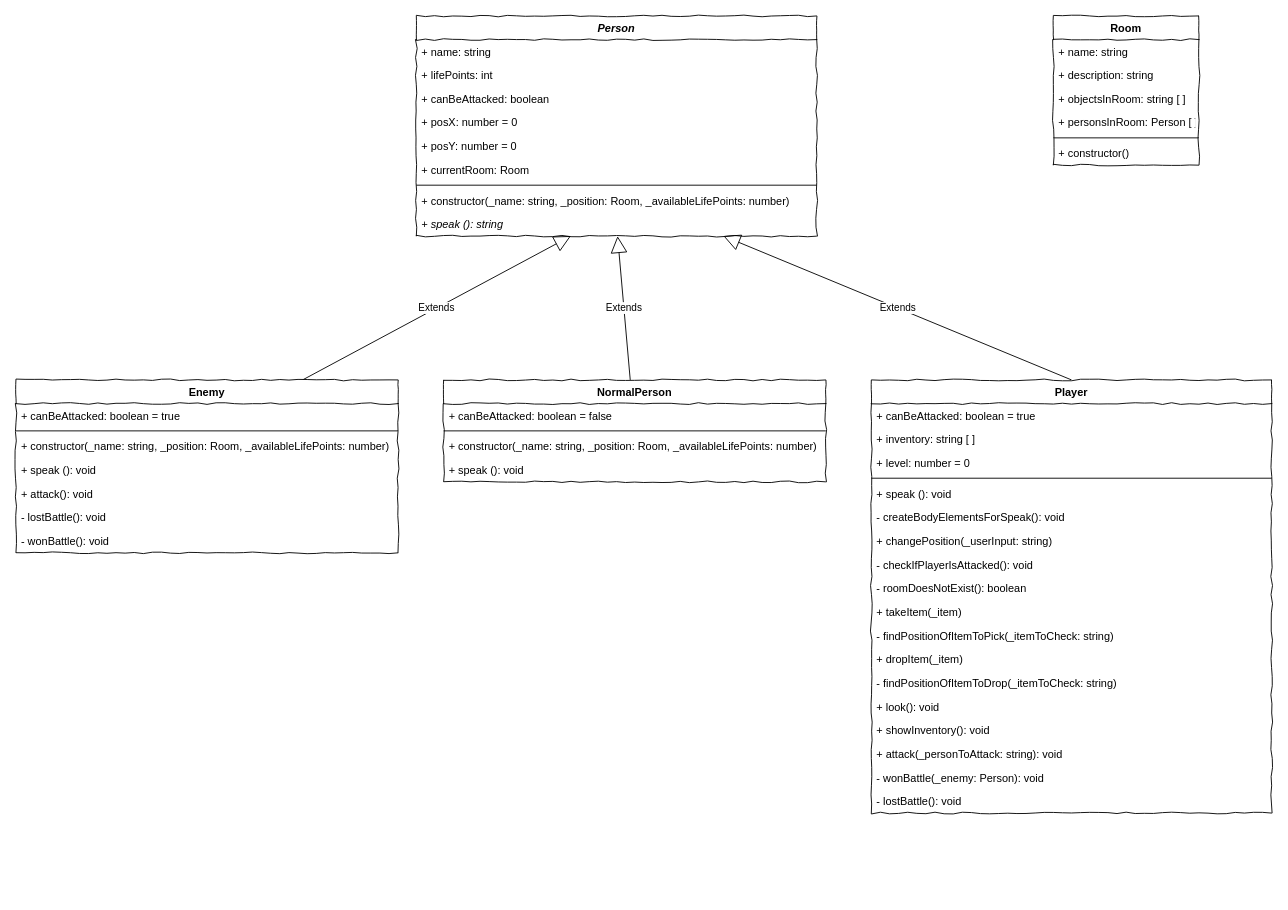
Above: Abschlussarbeit/Konzeption/class_diagramm.drawio in Vivian-Wolf/SoftwaredesignMIB4 (draw.io), before the change. Source tidied: cells renumbered, new cells numbered last; positions are measured from the earlier drawing's top-left corner, leaving out a move shared by most shapes. Both pictures are drawn from the tidied source at 91%, with x=0, y=0 at pixel (15, 15).
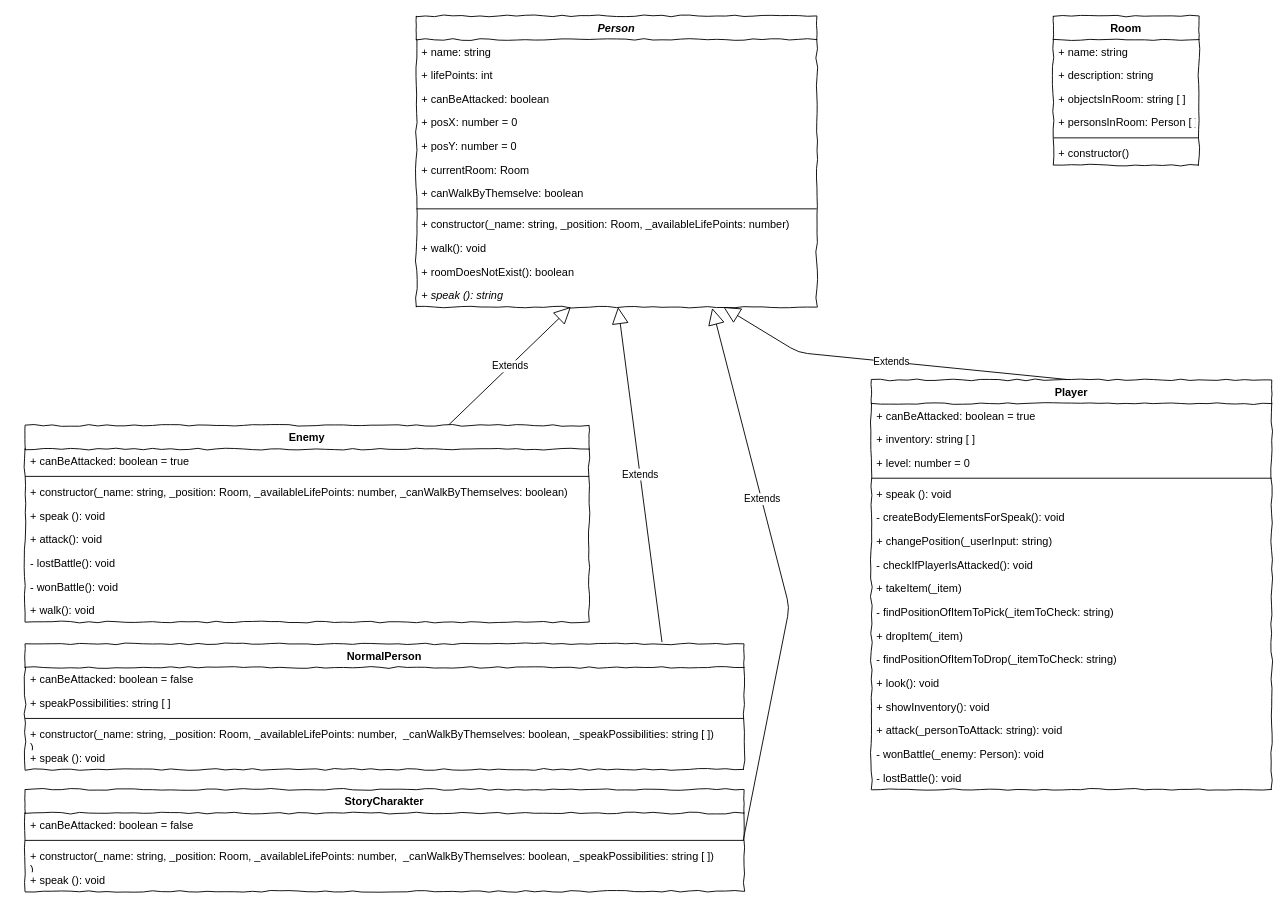
The same page after the edit.

Diff of the diagram source:
```diff
@@
-    <mxCell id="2" value="Extends" style="endArrow=block;endSize=16;endFill=0;html=1;strokeColor=#000000;" parent="1" edge="1" source="22" target="21">
+    <mxCell id="2" value="Extends" style="endArrow=block;endSize=16;endFill=0;html=1;strokeColor=#000000;exitX=0.886;exitY=-0.014;exitDx=0;exitDy=0;exitPerimeter=0;" parent="1" edge="1" source="22" target="21">
       <mxGeometry relative="1" as="geometry" />
     </mxCell>
@@
     <mxCell id="4" value="Extends" style="endArrow=block;endSize=16;endFill=0;html=1;strokeColor=#000000;exitX=0.5;exitY=0;exitDx=0;exitDy=0;entryX=0.767;entryY=0.994;entryDx=0;entryDy=0;entryPerimeter=0;" parent="1" edge="1" source="35" target="21">
-      <mxGeometry relative="1" as="geometry" />
+      <mxGeometry relative="1" as="geometry">
+        <Array as="points">
+          <mxPoint x="860" y="370" />
+        </Array>
+      </mxGeometry>
     </mxCell>
@@
     <mxCell id="12" value="Person" style="swimlane;fontStyle=3;align=center;verticalAlign=top;horizontal=1;startSize=26;rounded=0;shadow=0;comic=1;strokeWidth=1;" parent="1" vertex="1">
-      <mxGeometry x="440" width="440" height="242" as="geometry" />
+      <mxGeometry x="440" width="440" height="320" as="geometry" />
     </mxCell>
@@
+    <mxCell id="54" value="+ canWalkByThemselve: boolean" style="text;strokeColor=none;fillColor=none;align=left;verticalAlign=top;spacingLeft=4;spacingRight=4;overflow=hidden;" parent="12" vertex="1">
+      <mxGeometry y="182" width="440" height="26" as="geometry" />
+    </mxCell>
     <mxCell id="19" style="line;strokeWidth=1;fillColor=none;align=left;verticalAlign=middle;spacingTop=-1;spacingLeft=3;spacingRight=3;labelPosition=right;" parent="12" vertex="1">
-      <mxGeometry y="182" width="440" height="8" as="geometry" />
+      <mxGeometry y="208" width="440" height="8" as="geometry" />
     </mxCell>
     <mxCell id="20" value="+ constructor(_name: string, _position: Room, _availableLifePoints: number)" style="text;strokeColor=none;fillColor=none;align=left;verticalAlign=top;spacingLeft=4;spacingRight=4;overflow=hidden;fontStyle=0;" parent="12" vertex="1">
-      <mxGeometry y="190" width="440" height="26" as="geometry" />
+      <mxGeometry y="216" width="440" height="26" as="geometry" />
     </mxCell>
+    <mxCell id="55" value="+ walk(): void" style="text;strokeColor=none;fillColor=none;align=left;verticalAlign=top;spacingLeft=4;spacingRight=4;overflow=hidden;fontStyle=0;" parent="12" vertex="1">
+      <mxGeometry y="242" width="440" height="26" as="geometry" />
+    </mxCell>
+    <mxCell id="56" value="+ roomDoesNotExist(): boolean" style="text;strokeColor=none;fillColor=none;align=left;verticalAlign=top;spacingLeft=4;spacingRight=4;overflow=hidden;fontStyle=0;" parent="12" vertex="1">
+      <mxGeometry y="268" width="440" height="26" as="geometry" />
+    </mxCell>
     <mxCell id="21" value="+ speak (): string" style="text;strokeColor=none;fillColor=none;align=left;verticalAlign=top;spacingLeft=4;spacingRight=4;overflow=hidden;points=[[0,0.5],[1,0.5]];portConstraint=eastwest;fontStyle=2;" parent="12" vertex="1">
-      <mxGeometry y="216" width="440" height="26" as="geometry" />
+      <mxGeometry y="294" width="440" height="26" as="geometry" />
     </mxCell>
-    <mxCell id="22" value="NormalPerson" style="swimlane;fontStyle=1;align=center;verticalAlign=top;horizontal=1;startSize=26;rounded=0;shadow=0;comic=1;strokeWidth=1;" parent="1" vertex="1">
-      <mxGeometry x="470" y="400" width="420" height="112" as="geometry" />
-    </mxCell>
-    <mxCell id="23" value="+ canBeAttacked: boolean = false" style="text;strokeColor=none;fillColor=none;align=left;verticalAlign=top;spacingLeft=4;spacingRight=4;overflow=hidden;" parent="22" vertex="1">
-      <mxGeometry y="26" width="420" height="26" as="geometry" />
-    </mxCell>
-    <mxCell id="24" style="line;strokeWidth=1;fillColor=none;align=left;verticalAlign=middle;spacingTop=-1;spacingLeft=3;spacingRight=3;labelPosition=right;" parent="22" vertex="1">
-      <mxGeometry y="52" width="420" height="8" as="geometry" />
-    </mxCell>
-    <mxCell id="25" value="+ constructor(_name: string, _position: Room, _availableLifePoints: number)" style="text;strokeColor=none;fillColor=none;align=left;verticalAlign=top;spacingLeft=4;spacingRight=4;overflow=hidden;fontStyle=0;" parent="22" vertex="1">
-      <mxGeometry y="60" width="420" height="26" as="geometry" />
-    </mxCell>
-    <mxCell id="26" value="+ speak (): void" style="text;strokeColor=none;fillColor=none;align=left;verticalAlign=top;spacingLeft=4;spacingRight=4;overflow=hidden;fontStyle=0;" parent="22" vertex="1">
-      <mxGeometry y="86" width="420" height="26" as="geometry" />
-    </mxCell>
-    <mxCell id="27" value="Enemy" style="swimlane;fontStyle=1;align=center;verticalAlign=top;horizontal=1;startSize=26;rounded=0;shadow=0;comic=1;strokeWidth=1;" parent="1" vertex="1">
-      <mxGeometry y="400" width="420" height="190" as="geometry" />
-    </mxCell>
-    <mxCell id="28" value="+ canBeAttacked: boolean = true" style="text;strokeColor=none;fillColor=none;align=left;verticalAlign=top;spacingLeft=4;spacingRight=4;overflow=hidden;" parent="27" vertex="1">
-      <mxGeometry y="26" width="420" height="26" as="geometry" />
-    </mxCell>
-    <mxCell id="29" style="line;strokeWidth=1;fillColor=none;align=left;verticalAlign=middle;spacingTop=-1;spacingLeft=3;spacingRight=3;labelPosition=right;" parent="27" vertex="1">
-      <mxGeometry y="52" width="420" height="8" as="geometry" />
-    </mxCell>
-    <mxCell id="30" value="+ constructor(_name: string, _position: Room, _availableLifePoints: number)" style="text;strokeColor=none;fillColor=none;align=left;verticalAlign=top;spacingLeft=4;spacingRight=4;overflow=hidden;fontStyle=0;" parent="27" vertex="1">
-      <mxGeometry y="60" width="420" height="26" as="geometry" />
-    </mxCell>
-    <mxCell id="31" value="+ speak (): void" style="text;strokeColor=none;fillColor=none;align=left;verticalAlign=top;spacingLeft=4;spacingRight=4;overflow=hidden;fontStyle=0;" parent="27" vertex="1">
-      <mxGeometry y="86" width="420" height="26" as="geometry" />
-    </mxCell>
-    <mxCell id="32" value="+ attack(): void" style="text;strokeColor=none;fillColor=none;align=left;verticalAlign=top;spacingLeft=4;spacingRight=4;overflow=hidden;fontStyle=0;" parent="27" vertex="1">
-      <mxGeometry y="112" width="420" height="26" as="geometry" />
-    </mxCell>
-    <mxCell id="33" value="- lostBattle(): void" style="text;strokeColor=none;fillColor=none;align=left;verticalAlign=top;spacingLeft=4;spacingRight=4;overflow=hidden;fontStyle=0;" parent="27" vertex="1">
-      <mxGeometry y="138" width="420" height="26" as="geometry" />
-    </mxCell>
-    <mxCell id="34" value="- wonBattle(): void" style="text;strokeColor=none;fillColor=none;align=left;verticalAlign=top;spacingLeft=4;spacingRight=4;overflow=hidden;fontStyle=0;" parent="27" vertex="1">
-      <mxGeometry y="164" width="420" height="26" as="geometry" />
-    </mxCell>
     <mxCell id="35" value="Player" style="swimlane;fontStyle=1;align=center;verticalAlign=top;horizontal=1;startSize=26;rounded=0;shadow=0;comic=1;strokeWidth=1;" parent="1" vertex="1">
-      <mxGeometry x="940" y="400" width="440" height="476" as="geometry" />
+      <mxGeometry x="940" y="400" width="440" height="450" as="geometry" />
     </mxCell>
@@
-    <mxCell id="44" value="- roomDoesNotExist(): boolean" style="text;strokeColor=none;fillColor=none;align=left;verticalAlign=top;spacingLeft=4;spacingRight=4;overflow=hidden;fontStyle=0;" parent="35" vertex="1">
-      <mxGeometry y="216" width="440" height="26" as="geometry" />
-    </mxCell>
     <mxCell id="45" value="+ takeItem(_item)" style="text;strokeColor=none;fillColor=none;align=left;verticalAlign=top;spacingLeft=4;spacingRight=4;overflow=hidden;fontStyle=0;" parent="35" vertex="1">
-      <mxGeometry y="242" width="440" height="26" as="geometry" />
+      <mxGeometry y="216" width="440" height="26" as="geometry" />
     </mxCell>
     <mxCell id="46" value="- findPositionOfItemToPick(_itemToCheck: string)" style="text;strokeColor=none;fillColor=none;align=left;verticalAlign=top;spacingLeft=4;spacingRight=4;overflow=hidden;fontStyle=0;" parent="35" vertex="1">
-      <mxGeometry y="268" width="440" height="26" as="geometry" />
+      <mxGeometry y="242" width="440" height="26" as="geometry" />
     </mxCell>
     <mxCell id="47" value="+ dropItem(_item)" style="text;strokeColor=none;fillColor=none;align=left;verticalAlign=top;spacingLeft=4;spacingRight=4;overflow=hidden;fontStyle=0;" parent="35" vertex="1">
-      <mxGeometry y="294" width="440" height="26" as="geometry" />
+      <mxGeometry y="268" width="440" height="26" as="geometry" />
     </mxCell>
     <mxCell id="48" value="- findPositionOfItemToDrop(_itemToCheck: string)" style="text;strokeColor=none;fillColor=none;align=left;verticalAlign=top;spacingLeft=4;spacingRight=4;overflow=hidden;fontStyle=0;" parent="35" vertex="1">
-      <mxGeometry y="320" width="440" height="26" as="geometry" />
+      <mxGeometry y="294" width="440" height="26" as="geometry" />
     </mxCell>
     <mxCell id="49" value="+ look(): void" style="text;strokeColor=none;fillColor=none;align=left;verticalAlign=top;spacingLeft=4;spacingRight=4;overflow=hidden;fontStyle=0;" parent="35" vertex="1">
-      <mxGeometry y="346" width="440" height="26" as="geometry" />
+      <mxGeometry y="320" width="440" height="26" as="geometry" />
     </mxCell>
     <mxCell id="50" value="+ showInventory(): void" style="text;strokeColor=none;fillColor=none;align=left;verticalAlign=top;spacingLeft=4;spacingRight=4;overflow=hidden;fontStyle=0;" parent="35" vertex="1">
-      <mxGeometry y="372" width="440" height="26" as="geometry" />
+      <mxGeometry y="346" width="440" height="26" as="geometry" />
     </mxCell>
     <mxCell id="51" value="+ attack(_personToAttack: string): void" style="text;strokeColor=none;fillColor=none;align=left;verticalAlign=top;spacingLeft=4;spacingRight=4;overflow=hidden;fontStyle=0;" parent="35" vertex="1">
-      <mxGeometry y="398" width="440" height="26" as="geometry" />
+      <mxGeometry y="372" width="440" height="26" as="geometry" />
     </mxCell>
     <mxCell id="52" value="- wonBattle(_enemy: Person): void" style="text;strokeColor=none;fillColor=none;align=left;verticalAlign=top;spacingLeft=4;spacingRight=4;overflow=hidden;fontStyle=0;" parent="35" vertex="1">
-      <mxGeometry y="424" width="440" height="26" as="geometry" />
+      <mxGeometry y="398" width="440" height="26" as="geometry" />
     </mxCell>
     <mxCell id="53" value="- lostBattle(): void" style="text;strokeColor=none;fillColor=none;align=left;verticalAlign=top;spacingLeft=4;spacingRight=4;overflow=hidden;fontStyle=0;" parent="35" vertex="1">
-      <mxGeometry y="450" width="440" height="26" as="geometry" />
+      <mxGeometry y="424" width="440" height="26" as="geometry" />
     </mxCell>
+    <mxCell id="27" value="Enemy" style="swimlane;fontStyle=1;align=center;verticalAlign=top;horizontal=1;startSize=26;rounded=0;shadow=0;comic=1;strokeWidth=1;" parent="1" vertex="1">
+      <mxGeometry x="10" y="450" width="620" height="216" as="geometry" />
+    </mxCell>
+    <mxCell id="28" value="+ canBeAttacked: boolean = true" style="text;strokeColor=none;fillColor=none;align=left;verticalAlign=top;spacingLeft=4;spacingRight=4;overflow=hidden;" parent="27" vertex="1">
+      <mxGeometry y="26" width="620" height="26" as="geometry" />
+    </mxCell>
+    <mxCell id="29" style="line;strokeWidth=1;fillColor=none;align=left;verticalAlign=middle;spacingTop=-1;spacingLeft=3;spacingRight=3;labelPosition=right;" parent="27" vertex="1">
+      <mxGeometry y="52" width="620" height="8" as="geometry" />
+    </mxCell>
+    <mxCell id="30" value="+ constructor(_name: string, _position: Room, _availableLifePoints: number, _canWalkByThemselves: boolean)" style="text;strokeColor=none;fillColor=none;align=left;verticalAlign=top;spacingLeft=4;spacingRight=4;overflow=hidden;fontStyle=0;" parent="27" vertex="1">
+      <mxGeometry y="60" width="620" height="26" as="geometry" />
+    </mxCell>
+    <mxCell id="31" value="+ speak (): void" style="text;strokeColor=none;fillColor=none;align=left;verticalAlign=top;spacingLeft=4;spacingRight=4;overflow=hidden;fontStyle=0;" parent="27" vertex="1">
+      <mxGeometry y="86" width="620" height="26" as="geometry" />
+    </mxCell>
+    <mxCell id="32" value="+ attack(): void" style="text;strokeColor=none;fillColor=none;align=left;verticalAlign=top;spacingLeft=4;spacingRight=4;overflow=hidden;fontStyle=0;" parent="27" vertex="1">
+      <mxGeometry y="112" width="620" height="26" as="geometry" />
+    </mxCell>
+    <mxCell id="33" value="- lostBattle(): void" style="text;strokeColor=none;fillColor=none;align=left;verticalAlign=top;spacingLeft=4;spacingRight=4;overflow=hidden;fontStyle=0;" parent="27" vertex="1">
+      <mxGeometry y="138" width="620" height="26" as="geometry" />
+    </mxCell>
+    <mxCell id="34" value="- wonBattle(): void" style="text;strokeColor=none;fillColor=none;align=left;verticalAlign=top;spacingLeft=4;spacingRight=4;overflow=hidden;fontStyle=0;" parent="27" vertex="1">
+      <mxGeometry y="164" width="620" height="26" as="geometry" />
+    </mxCell>
+    <mxCell id="57" value="+ walk(): void" style="text;strokeColor=none;fillColor=none;align=left;verticalAlign=top;spacingLeft=4;spacingRight=4;overflow=hidden;fontStyle=0;" parent="27" vertex="1">
+      <mxGeometry y="190" width="620" height="26" as="geometry" />
+    </mxCell>
+    <mxCell id="22" value="NormalPerson" style="swimlane;fontStyle=1;align=center;verticalAlign=top;horizontal=1;startSize=26;rounded=0;shadow=0;comic=1;strokeWidth=1;" parent="1" vertex="1">
+      <mxGeometry x="10" y="690" width="790" height="138" as="geometry" />
+    </mxCell>
+    <mxCell id="23" value="+ canBeAttacked: boolean = false" style="text;strokeColor=none;fillColor=none;align=left;verticalAlign=top;spacingLeft=4;spacingRight=4;overflow=hidden;" parent="22" vertex="1">
+      <mxGeometry y="26" width="790" height="26" as="geometry" />
+    </mxCell>
+    <mxCell id="58" value="+ speakPossibilities: string [ ]" style="text;strokeColor=none;fillColor=none;align=left;verticalAlign=top;spacingLeft=4;spacingRight=4;overflow=hidden;" parent="22" vertex="1">
+      <mxGeometry y="52" width="790" height="26" as="geometry" />
+    </mxCell>
+    <mxCell id="24" style="line;strokeWidth=1;fillColor=none;align=left;verticalAlign=middle;spacingTop=-1;spacingLeft=3;spacingRight=3;labelPosition=right;" parent="22" vertex="1">
+      <mxGeometry y="78" width="790" height="8" as="geometry" />
+    </mxCell>
+    <mxCell id="25" value="+ constructor(_name: string, _position: Room, _availableLifePoints: number,  _canWalkByThemselves: boolean, _speakPossibilities: string [ ])&#10;)" style="text;strokeColor=none;fillColor=none;align=left;verticalAlign=top;spacingLeft=4;spacingRight=4;overflow=hidden;fontStyle=0;" parent="22" vertex="1">
+      <mxGeometry y="86" width="790" height="26" as="geometry" />
+    </mxCell>
+    <mxCell id="26" value="+ speak (): void" style="text;strokeColor=none;fillColor=none;align=left;verticalAlign=top;spacingLeft=4;spacingRight=4;overflow=hidden;fontStyle=0;" parent="22" vertex="1">
+      <mxGeometry y="112" width="790" height="26" as="geometry" />
+    </mxCell>
+    <mxCell id="59" value="StoryCharakter" style="swimlane;fontStyle=1;align=center;verticalAlign=top;horizontal=1;startSize=26;rounded=0;shadow=0;comic=1;strokeWidth=1;" parent="1" vertex="1">
+      <mxGeometry x="10" y="850" width="790" height="112" as="geometry" />
+    </mxCell>
+    <mxCell id="60" value="+ canBeAttacked: boolean = false" style="text;strokeColor=none;fillColor=none;align=left;verticalAlign=top;spacingLeft=4;spacingRight=4;overflow=hidden;" parent="59" vertex="1">
+      <mxGeometry y="26" width="790" height="26" as="geometry" />
+    </mxCell>
+    <mxCell id="61" style="line;strokeWidth=1;fillColor=none;align=left;verticalAlign=middle;spacingTop=-1;spacingLeft=3;spacingRight=3;labelPosition=right;" parent="59" vertex="1">
+      <mxGeometry y="52" width="790" height="8" as="geometry" />
+    </mxCell>
+    <mxCell id="62" value="+ constructor(_name: string, _position: Room, _availableLifePoints: number,  _canWalkByThemselves: boolean, _speakPossibilities: string [ ])&#10;)" style="text;strokeColor=none;fillColor=none;align=left;verticalAlign=top;spacingLeft=4;spacingRight=4;overflow=hidden;points=[[0,0.5],[1,0.5]];portConstraint=eastwest;fontStyle=0;" parent="59" vertex="1">
+      <mxGeometry y="60" width="790" height="26" as="geometry" />
+    </mxCell>
+    <mxCell id="63" value="+ speak (): void" style="text;strokeColor=none;fillColor=none;align=left;verticalAlign=top;spacingLeft=4;spacingRight=4;overflow=hidden;fontStyle=0;" parent="59" vertex="1">
+      <mxGeometry y="86" width="790" height="26" as="geometry" />
+    </mxCell>
+    <mxCell id="64" value="Extends" style="endArrow=block;endSize=16;endFill=0;html=1;strokeColor=#000000;exitX=0.999;exitY=-0.154;exitDx=0;exitDy=0;exitPerimeter=0;entryX=0.739;entryY=1.038;entryDx=0;entryDy=0;entryPerimeter=0;" parent="1" edge="1" source="62" target="21">
+      <mxGeometry x="0.28" y="-1" relative="1" as="geometry">
+        <Array as="points">
+          <mxPoint x="850" y="650" />
+        </Array>
+      </mxGeometry>
+    </mxCell>
```
